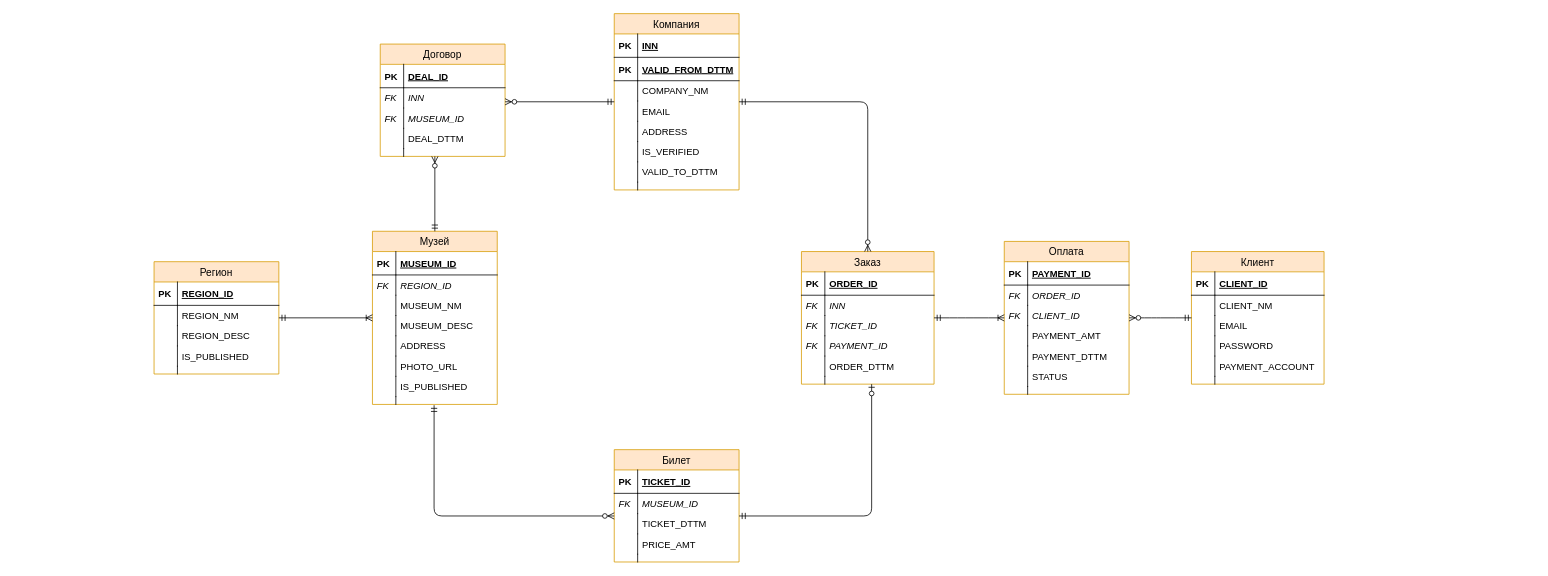
Before: LogicalModel.drawio in romanovsavelij/DatabaseCoursePractice, a draw.io diagram. Source tidied: cells renumbered, new cells numbered last; positions are measured from the earlier drawing's top-left corner, leaving out a move shared by most shapes. Both pictures are drawn from the tidied source at 78%, with x=0, y=0 at pixel (154, 13).
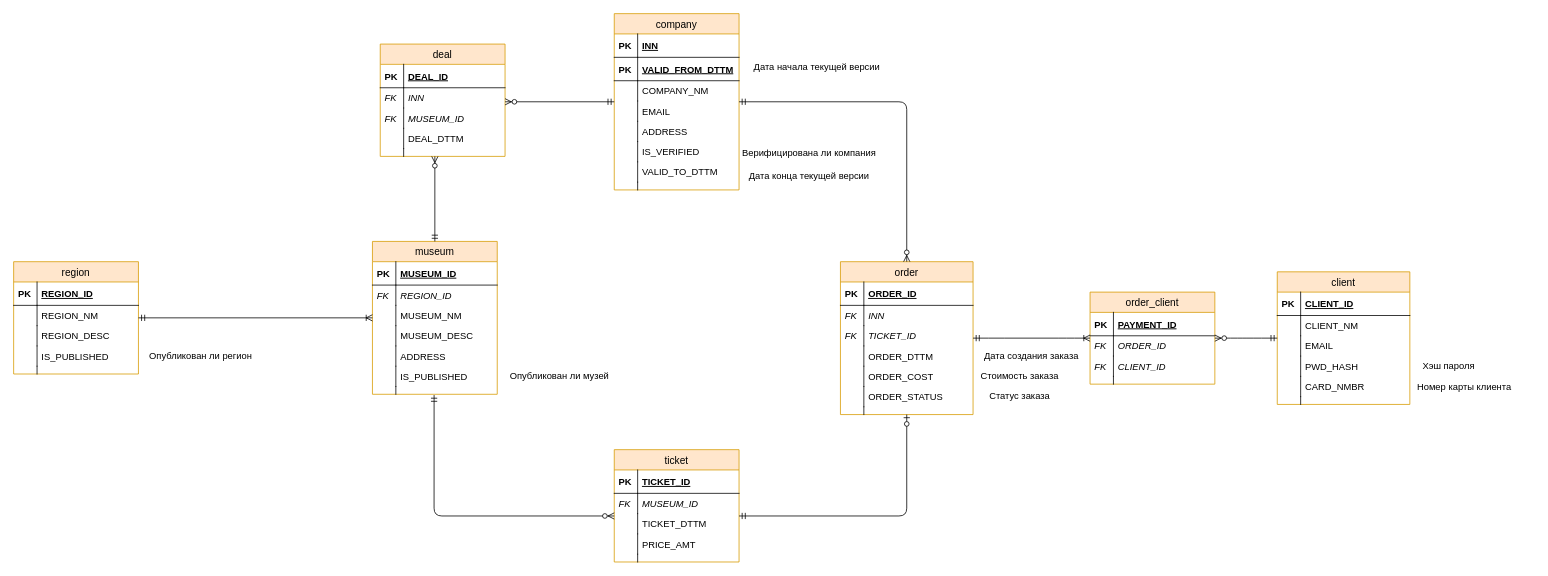
The same page after the edit.

What changed in the source:
```diff
@@
-    <mxCell id="2" value="Регион" style="swimlane;fontStyle=0;horizontal=1;startSize=26;fillColor=#ffe6cc;swimlaneFillColor=#ffffff;align=center;strokeWidth=1;fontSize=13;strokeColor=#d79b00;" parent="1" vertex="1">
-      <mxGeometry y="318" width="160" height="144" as="geometry" />
+    <mxCell id="2" value="region" style="swimlane;fontStyle=0;horizontal=1;startSize=26;fillColor=#ffe6cc;swimlaneFillColor=#ffffff;align=center;strokeWidth=1;fontSize=13;strokeColor=#d79b00;" parent="1" vertex="1">
+      <mxGeometry x="-180" y="318" width="160" height="144" as="geometry" />
     </mxCell>
@@
-    <mxCell id="13" value="Музей" style="swimlane;fontStyle=0;horizontal=1;startSize=26;fillColor=#ffe6cc;swimlaneFillColor=#ffffff;align=center;strokeWidth=1;fontSize=13;strokeColor=#d79b00;" parent="1" vertex="1">
-      <mxGeometry x="280" y="279" width="160" height="222" as="geometry" />
+    <mxCell id="13" value="museum" style="swimlane;fontStyle=0;horizontal=1;startSize=26;fillColor=#ffe6cc;swimlaneFillColor=#ffffff;align=center;strokeWidth=1;fontSize=13;strokeColor=#d79b00;" parent="1" vertex="1">
+      <mxGeometry x="280" y="292" width="160" height="196" as="geometry" />
     </mxCell>
@@
-    <mxCell id="24" value="PHOTO_URL" style="shape=partialRectangle;top=0;left=0;right=0;bottom=0;align=left;verticalAlign=top;fillColor=none;spacingLeft=34;spacingRight=4;overflow=hidden;" parent="13" vertex="1">
-      <mxGeometry y="160" width="160" height="26" as="geometry" />
-    </mxCell>
-    <mxCell id="25" style="shape=partialRectangle;top=0;left=0;bottom=0;fillColor=none;align=left;verticalAlign=top;spacingLeft=4;spacingRight=4;overflow=hidden;" parent="24" vertex="1">
-      <mxGeometry width="30" height="26" as="geometry" />
-    </mxCell>
     <mxCell id="26" value="IS_PUBLISHED" style="shape=partialRectangle;top=0;left=0;right=0;bottom=0;align=left;verticalAlign=top;fillColor=none;spacingLeft=34;spacingRight=4;overflow=hidden;" parent="13" vertex="1">
-      <mxGeometry y="186" width="160" height="26" as="geometry" />
+      <mxGeometry y="160" width="160" height="26" as="geometry" />
     </mxCell>
@@
     <mxCell id="28" style="shape=partialRectangle;top=0;left=0;right=0;bottom=0;align=left;verticalAlign=top;fillColor=none;spacingLeft=34;spacingRight=4;overflow=hidden;points=[[0,0.5],[1,0.5]];portConstraint=eastwest;" parent="13" vertex="1">
-      <mxGeometry y="212" width="160" height="10" as="geometry" />
+      <mxGeometry y="186" width="160" height="10" as="geometry" />
     </mxCell>
@@
-    <mxCell id="31" value="Билет" style="swimlane;fontStyle=0;horizontal=1;startSize=26;fillColor=#ffe6cc;swimlaneFillColor=#ffffff;align=center;strokeWidth=1;fontSize=13;strokeColor=#d79b00;" parent="1" vertex="1">
+    <mxCell id="31" value="ticket" style="swimlane;fontStyle=0;horizontal=1;startSize=26;fillColor=#ffe6cc;swimlaneFillColor=#ffffff;align=center;strokeWidth=1;fontSize=13;strokeColor=#d79b00;" parent="1" vertex="1">
       <mxGeometry x="590" y="559" width="160" height="144" as="geometry" />
     </mxCell>
@@
-    <mxCell id="42" value="Компания" style="swimlane;fontStyle=0;horizontal=1;startSize=26;fillColor=#ffe6cc;swimlaneFillColor=#ffffff;align=center;strokeWidth=1;fontSize=13;strokeColor=#d79b00;" parent="1" vertex="1">
+    <mxCell id="42" value="company" style="swimlane;fontStyle=0;horizontal=1;startSize=26;fillColor=#ffe6cc;swimlaneFillColor=#ffffff;align=center;strokeWidth=1;fontSize=13;strokeColor=#d79b00;" parent="1" vertex="1">
       <mxGeometry x="590" width="160" height="226" as="geometry" />
     </mxCell>
@@
-    <mxCell id="59" value="Заказ" style="swimlane;fontStyle=0;horizontal=1;startSize=26;fillColor=#ffe6cc;swimlaneFillColor=#ffffff;align=center;strokeWidth=1;fontSize=13;strokeColor=#d79b00;" parent="1" vertex="1">
-      <mxGeometry x="830" y="305" width="170" height="170" as="geometry" />
+    <mxCell id="59" value="order" style="swimlane;fontStyle=0;horizontal=1;startSize=26;fillColor=#ffe6cc;swimlaneFillColor=#ffffff;align=center;strokeWidth=1;fontSize=13;strokeColor=#d79b00;" parent="1" vertex="1">
+      <mxGeometry x="880" y="318" width="170" height="196" as="geometry" />
     </mxCell>
@@
-    <mxCell id="66" value="PAYMENT_ID" style="shape=partialRectangle;top=0;left=0;right=0;bottom=0;align=left;verticalAlign=top;fillColor=none;spacingLeft=34;spacingRight=4;overflow=hidden;fontStyle=2;" parent="59" vertex="1">
-      <mxGeometry y="108" width="170" height="26" as="geometry" />
-    </mxCell>
-    <mxCell id="67" value="FK" style="shape=partialRectangle;top=0;left=0;bottom=0;fillColor=none;align=left;verticalAlign=top;spacingLeft=4;spacingRight=4;overflow=hidden;fontStyle=2;" parent="66" vertex="1">
-      <mxGeometry width="30" height="26" as="geometry" />
-    </mxCell>
     <mxCell id="68" value="ORDER_DTTM" style="shape=partialRectangle;top=0;left=0;right=0;bottom=0;align=left;verticalAlign=top;fillColor=none;spacingLeft=34;spacingRight=4;overflow=hidden;" parent="59" vertex="1">
-      <mxGeometry y="134" width="170" height="26" as="geometry" />
+      <mxGeometry y="108" width="170" height="26" as="geometry" />
     </mxCell>
@@
+    <mxCell id="118" value="ORDER_COST" style="shape=partialRectangle;top=0;left=0;right=0;bottom=0;align=left;verticalAlign=top;fillColor=none;spacingLeft=34;spacingRight=4;overflow=hidden;" parent="59" vertex="1">
+      <mxGeometry y="134" width="170" height="26" as="geometry" />
+    </mxCell>
+    <mxCell id="119" style="shape=partialRectangle;top=0;left=0;bottom=0;fillColor=none;align=left;verticalAlign=top;spacingLeft=4;spacingRight=4;overflow=hidden;" parent="118" vertex="1">
+      <mxGeometry width="30" height="26" as="geometry" />
+    </mxCell>
+    <mxCell id="120" value="ORDER_STATUS" style="shape=partialRectangle;top=0;left=0;right=0;bottom=0;align=left;verticalAlign=top;fillColor=none;spacingLeft=34;spacingRight=4;overflow=hidden;" parent="59" vertex="1">
+      <mxGeometry y="160" width="170" height="26" as="geometry" />
+    </mxCell>
+    <mxCell id="121" style="shape=partialRectangle;top=0;left=0;bottom=0;fillColor=none;align=left;verticalAlign=top;spacingLeft=4;spacingRight=4;overflow=hidden;" parent="120" vertex="1">
+      <mxGeometry width="30" height="26" as="geometry" />
+    </mxCell>
     <mxCell id="70" style="shape=partialRectangle;top=0;left=0;right=0;bottom=0;align=left;verticalAlign=top;fillColor=none;spacingLeft=34;spacingRight=4;overflow=hidden;points=[[0,0.5],[1,0.5]];portConstraint=eastwest;" parent="59" vertex="1">
-      <mxGeometry y="160" width="170" height="10" as="geometry" />
+      <mxGeometry y="186" width="170" height="10" as="geometry" />
     </mxCell>
@@
-    <mxCell id="72" value="Клиент" style="swimlane;fontStyle=0;horizontal=1;startSize=26;fillColor=#ffe6cc;swimlaneFillColor=#ffffff;align=center;strokeWidth=1;fontSize=13;strokeColor=#d79b00;" parent="1" vertex="1">
-      <mxGeometry x="1330" y="305" width="170" height="170" as="geometry" />
+    <mxCell id="72" value="client" style="swimlane;fontStyle=0;horizontal=1;startSize=26;fillColor=#ffe6cc;swimlaneFillColor=#ffffff;align=center;strokeWidth=1;fontSize=13;strokeColor=#d79b00;" parent="1" vertex="1">
+      <mxGeometry x="1440" y="331" width="170" height="170" as="geometry" />
     </mxCell>
@@
-    <mxCell id="79" value="PASSWORD" style="shape=partialRectangle;top=0;left=0;right=0;bottom=0;align=left;verticalAlign=top;fillColor=none;spacingLeft=34;spacingRight=4;overflow=hidden;" parent="72" vertex="1">
+    <mxCell id="79" value="PWD_HASH" style="shape=partialRectangle;top=0;left=0;right=0;bottom=0;align=left;verticalAlign=top;fillColor=none;spacingLeft=34;spacingRight=4;overflow=hidden;" parent="72" vertex="1">
       <mxGeometry y="108" width="170" height="26" as="geometry" />
     </mxCell>
@@
-    <mxCell id="81" value="PAYMENT_ACCOUNT" style="shape=partialRectangle;top=0;left=0;right=0;bottom=0;align=left;verticalAlign=top;fillColor=none;spacingLeft=34;spacingRight=4;overflow=hidden;" parent="72" vertex="1">
+    <mxCell id="81" value="CARD_NMBR" style="shape=partialRectangle;top=0;left=0;right=0;bottom=0;align=left;verticalAlign=top;fillColor=none;spacingLeft=34;spacingRight=4;overflow=hidden;" parent="72" vertex="1">
       <mxGeometry y="134" width="170" height="26" as="geometry" />
     </mxCell>
@@
-    <mxCell id="86" style="edgeStyle=orthogonalEdgeStyle;fontSize=12;html=1;endArrow=ERzeroToOne;startArrow=ERmandOne;" parent="1" edge="1" source="31" target="59">
+    <mxCell id="86" style="edgeStyle=orthogonalEdgeStyle;fontSize=12;html=1;endArrow=ERzeroToOne;startArrow=ERmandOne;" parent="1" edge="1" source="31" target="70">
       <mxGeometry relative="1" as="geometry">
         <Array as="points">
-          <mxPoint x="920" y="644" />
+          <mxPoint x="965" y="644" />
         </Array>
       </mxGeometry>
     </mxCell>
@@
-    <mxCell id="88" value="Оплата" style="swimlane;fontStyle=0;horizontal=1;startSize=26;fillColor=#ffe6cc;swimlaneFillColor=#ffffff;align=center;strokeWidth=1;fontSize=13;strokeColor=#d79b00;" parent="1" vertex="1">
-      <mxGeometry x="1090" y="292" width="160" height="196" as="geometry" />
+    <mxCell id="88" value="order_client" style="swimlane;fontStyle=0;horizontal=1;startSize=26;fillColor=#ffe6cc;swimlaneFillColor=#ffffff;align=center;strokeWidth=1;fontSize=13;strokeColor=#d79b00;" parent="1" vertex="1">
+      <mxGeometry x="1200" y="357" width="160" height="118" as="geometry" />
     </mxCell>
@@
-    <mxCell id="95" value="PAYMENT_AMT" style="shape=partialRectangle;top=0;left=0;right=0;bottom=0;align=left;verticalAlign=top;fillColor=none;spacingLeft=34;spacingRight=4;overflow=hidden;" parent="88" vertex="1">
-      <mxGeometry y="108" width="160" height="26" as="geometry" />
-    </mxCell>
-    <mxCell id="96" style="shape=partialRectangle;top=0;left=0;bottom=0;fillColor=none;align=left;verticalAlign=top;spacingLeft=4;spacingRight=4;overflow=hidden;" parent="95" vertex="1">
-      <mxGeometry width="30" height="26" as="geometry" />
-    </mxCell>
-    <mxCell id="97" value="PAYMENT_DTTM&#10;" style="shape=partialRectangle;top=0;left=0;right=0;bottom=0;align=left;verticalAlign=top;fillColor=none;spacingLeft=34;spacingRight=4;overflow=hidden;" parent="88" vertex="1">
-      <mxGeometry y="134" width="160" height="26" as="geometry" />
-    </mxCell>
-    <mxCell id="98" style="shape=partialRectangle;top=0;left=0;bottom=0;fillColor=none;align=left;verticalAlign=top;spacingLeft=4;spacingRight=4;overflow=hidden;" parent="97" vertex="1">
-      <mxGeometry width="30" height="26" as="geometry" />
-    </mxCell>
-    <mxCell id="99" value="STATUS" style="shape=partialRectangle;top=0;left=0;right=0;bottom=0;align=left;verticalAlign=top;fillColor=none;spacingLeft=34;spacingRight=4;overflow=hidden;" parent="88" vertex="1">
-      <mxGeometry y="160" width="160" height="26" as="geometry" />
-    </mxCell>
-    <mxCell id="100" style="shape=partialRectangle;top=0;left=0;bottom=0;fillColor=none;align=left;verticalAlign=top;spacingLeft=4;spacingRight=4;overflow=hidden;" parent="99" vertex="1">
-      <mxGeometry width="30" height="26" as="geometry" />
-    </mxCell>
     <mxCell id="101" style="shape=partialRectangle;top=0;left=0;right=0;bottom=0;align=left;verticalAlign=top;fillColor=none;spacingLeft=34;spacingRight=4;overflow=hidden;" parent="88" vertex="1">
-      <mxGeometry y="186" width="160" height="10" as="geometry" />
+      <mxGeometry y="108" width="160" height="10" as="geometry" />
     </mxCell>
@@
-    <mxCell id="105" value="Договор" style="swimlane;fontStyle=0;horizontal=1;startSize=26;fillColor=#ffe6cc;swimlaneFillColor=#ffffff;align=center;strokeWidth=1;fontSize=13;strokeColor=#d79b00;" parent="1" vertex="1">
+    <mxCell id="105" value="deal" style="swimlane;fontStyle=0;horizontal=1;startSize=26;fillColor=#ffe6cc;swimlaneFillColor=#ffffff;align=center;strokeWidth=1;fontSize=13;strokeColor=#d79b00;" parent="1" vertex="1">
       <mxGeometry x="290" y="39" width="160" height="144" as="geometry" />
     </mxCell>
@@
+    <mxCell id="122" value="Опубликован ли регион" style="text;html=1;strokeColor=none;fillColor=none;align=center;verticalAlign=middle;whiteSpace=wrap;rounded=0;" parent="1" vertex="1">
+      <mxGeometry x="-20" y="429" width="160" height="20" as="geometry" />
+    </mxCell>
+    <mxCell id="123" value="Верифицирована ли компания" style="text;html=1;strokeColor=none;fillColor=none;align=center;verticalAlign=middle;whiteSpace=wrap;rounded=0;" parent="1" vertex="1">
+      <mxGeometry x="750" y="169" width="180" height="20" as="geometry" />
+    </mxCell>
+    <mxCell id="124" value="Дата начала текущей версии" style="text;html=1;strokeColor=none;fillColor=none;align=center;verticalAlign=middle;whiteSpace=wrap;rounded=0;" parent="1" vertex="1">
+      <mxGeometry x="760" y="59" width="180" height="20" as="geometry" />
+    </mxCell>
+    <mxCell id="125" value="Дата конца текущей версии" style="text;html=1;strokeColor=none;fillColor=none;align=center;verticalAlign=middle;whiteSpace=wrap;rounded=0;" parent="1" vertex="1">
+      <mxGeometry x="750" y="199" width="180" height="20" as="geometry" />
+    </mxCell>
+    <mxCell id="126" value="Номер карты клиента" style="text;html=1;strokeColor=none;fillColor=none;align=center;verticalAlign=middle;whiteSpace=wrap;rounded=0;" parent="1" vertex="1">
+      <mxGeometry x="1590" y="469" width="180" height="20" as="geometry" />
+    </mxCell>
+    <mxCell id="127" value="Хэш пароля" style="text;html=1;strokeColor=none;fillColor=none;align=center;verticalAlign=middle;whiteSpace=wrap;rounded=0;" parent="1" vertex="1">
+      <mxGeometry x="1570" y="442" width="180" height="20" as="geometry" />
+    </mxCell>
+    <mxCell id="128" value="Опубликован ли музей" style="text;html=1;strokeColor=none;fillColor=none;align=center;verticalAlign=middle;whiteSpace=wrap;rounded=0;" parent="1" vertex="1">
+      <mxGeometry x="440" y="455" width="160" height="20" as="geometry" />
+    </mxCell>
+    <mxCell id="129" value="Стоимость заказа" style="text;html=1;strokeColor=none;fillColor=none;align=center;verticalAlign=middle;whiteSpace=wrap;rounded=0;" parent="1" vertex="1">
+      <mxGeometry x="1020" y="455" width="180" height="20" as="geometry" />
+    </mxCell>
+    <mxCell id="130" value="Статус заказа" style="text;html=1;strokeColor=none;fillColor=none;align=center;verticalAlign=middle;whiteSpace=wrap;rounded=0;" parent="1" vertex="1">
+      <mxGeometry x="1020" y="481" width="180" height="20" as="geometry" />
+    </mxCell>
+    <mxCell id="131" value="Дата создания заказа" style="text;html=1;strokeColor=none;fillColor=none;align=center;verticalAlign=middle;whiteSpace=wrap;rounded=0;" parent="1" vertex="1">
+      <mxGeometry x="1060" y="429" width="130" height="20" as="geometry" />
+    </mxCell>
```
